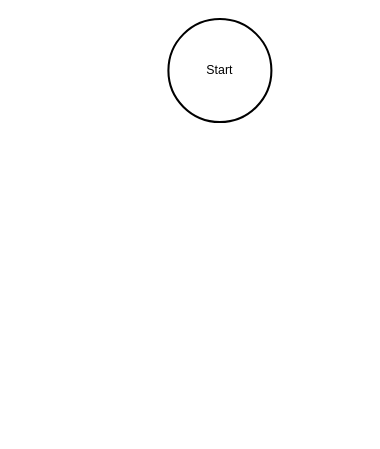
Before: page "Control While Driving-02" (5 of 5) of Adjustable Multimedia Screen with Image Processing.drawio in BugraGulmez/Draw.io, a draw.io diagram. Source tidied: cells renumbered, new cells numbered last; positions are measured from the earlier drawing's top-left corner, leaving out a move shared by most shapes. Both pictures are drawn from the tidied source at 103%, with x=0, y=0 at pixel (168, 19).
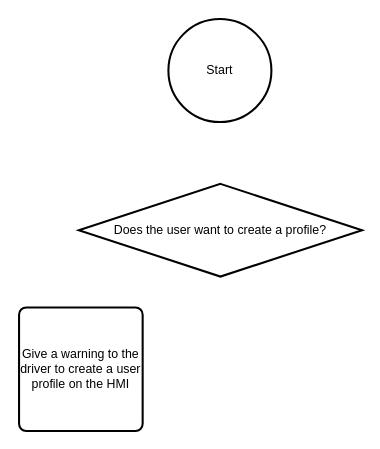
The same diagram, later.

Diff of the diagram source:
```diff
@@
 <mxGraphModel>
   <root>
     <mxCell id="0" />
     <mxCell id="1" parent="0" />
     <mxCell id="2" value="Start" style="strokeWidth=2;html=1;shape=mxgraph.flowchart.start_2;whiteSpace=wrap;" parent="1" vertex="1">
       <mxGeometry width="100" height="100" as="geometry" />
     </mxCell>
+    <mxCell id="3" value="Does the user want to create a profile?" style="strokeWidth=2;html=1;shape=mxgraph.flowchart.decision;whiteSpace=wrap;" parent="1" vertex="1">
+      <mxGeometry x="-87" y="160" width="275" height="90" as="geometry" />
+    </mxCell>
+    <mxCell id="4" value="Give a warning to the driver to create a user profile on the HMI" style="rounded=1;whiteSpace=wrap;html=1;absoluteArcSize=1;arcSize=14;strokeWidth=2;" parent="1" vertex="1">
+      <mxGeometry x="-145" y="280" width="120" height="120" as="geometry" />
+    </mxCell>
   </root>
 </mxGraphModel>
```
